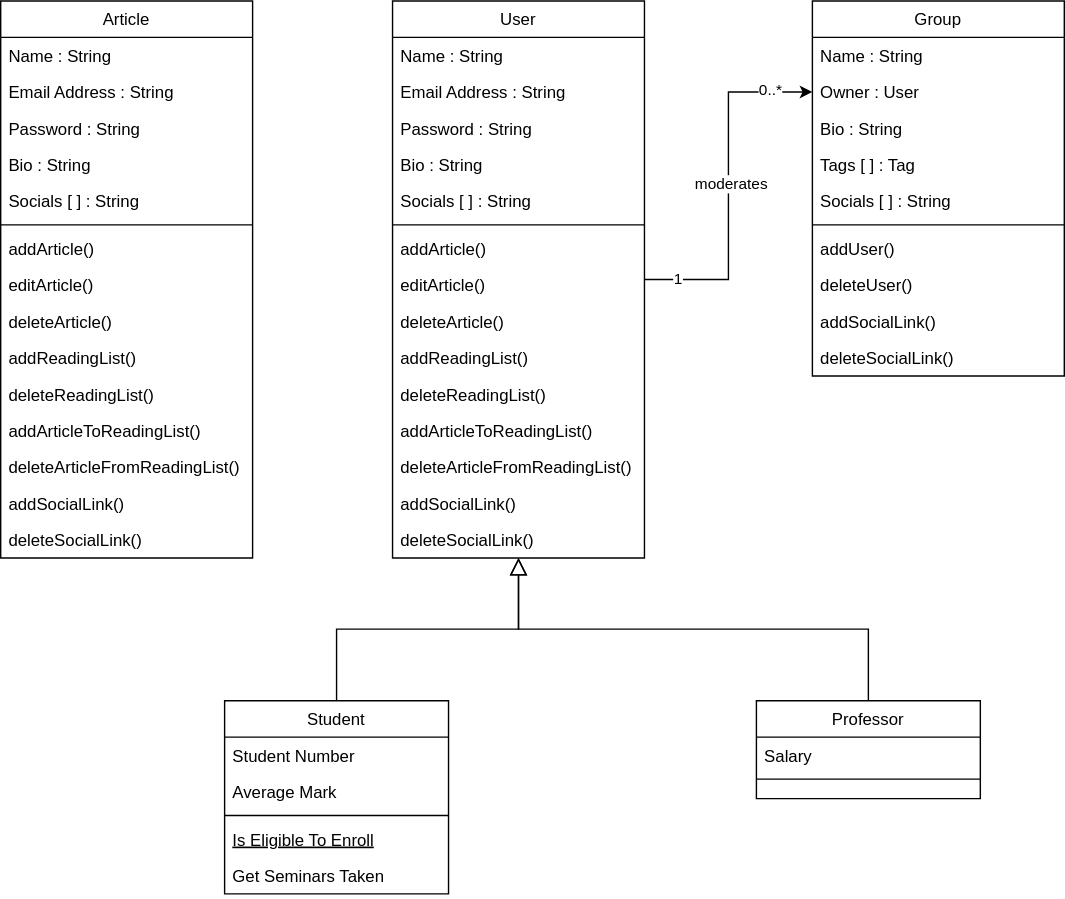
Before: Class Diagram.svg, a diagram exported from draw.io (AhmadTripleA/MediumDotCom-Clone). Source tidied: cells renumbered, new cells last; positions are measured from the earlier drawing's top-left corner, leaving out a move shared by most shapes.
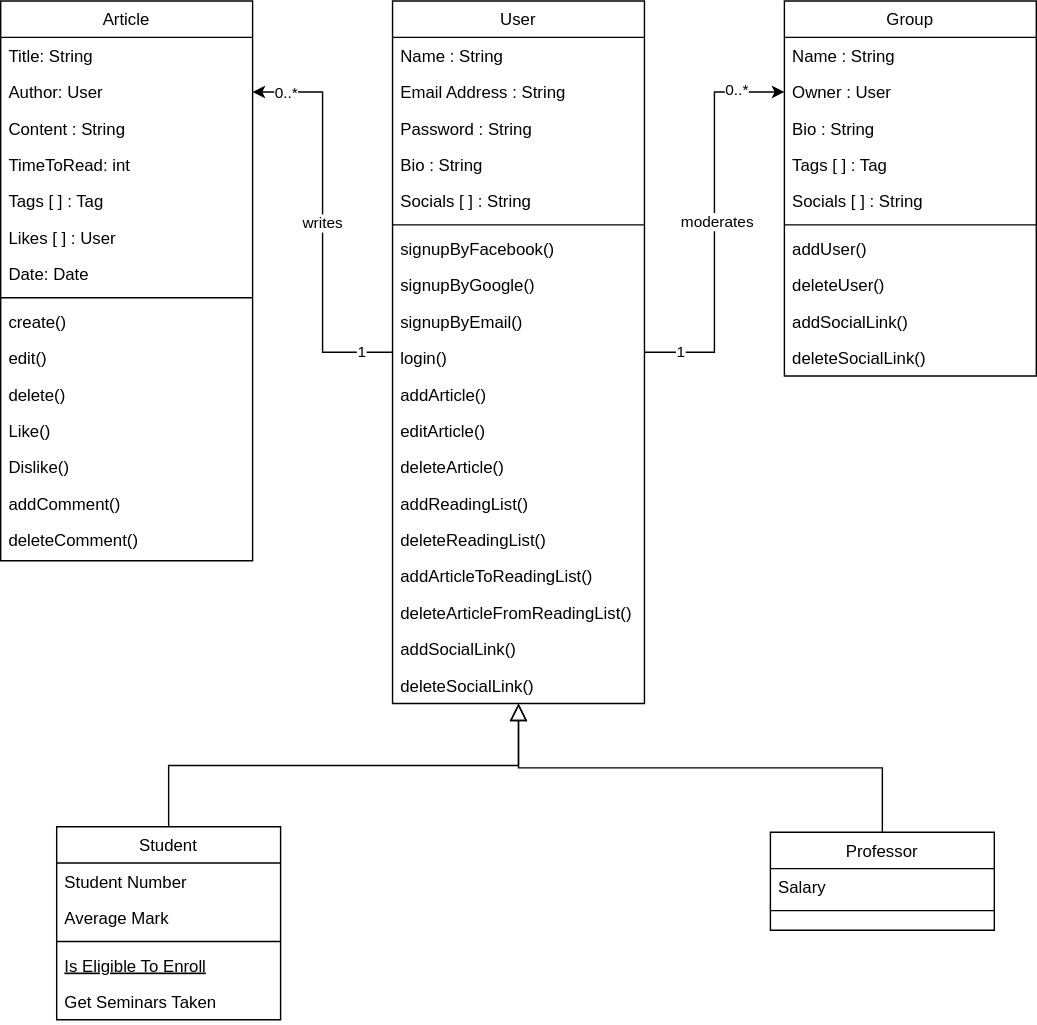
After the change.

What changed in the source:
```diff
@@ -18,8 +18,24 @@
         <mxPoint x="4" as="offset" />
       </mxGeometry>
     </mxCell>
+    <mxCell id="60" style="edgeStyle=orthogonalEdgeStyle;rounded=0;jettySize=auto;html=1;" parent="1" edge="1" source="6" target="68">
+      <mxGeometry relative="1" as="geometry" />
+    </mxCell>
+    <mxCell id="61" value="1" style="edgeLabel;html=1;align=center;verticalAlign=middle;" parent="60" vertex="1">
+      <mxGeometry x="-0.88" relative="1" as="geometry">
+        <mxPoint x="-6" as="offset" />
+      </mxGeometry>
+    </mxCell>
+    <mxCell id="62" value="0..*" style="edgeLabel;html=1;align=center;verticalAlign=middle;" parent="60" vertex="1">
+      <mxGeometry x="0.85" y="1" relative="1" as="geometry">
+        <mxPoint x="3" as="offset" />
+      </mxGeometry>
+    </mxCell>
+    <mxCell id="63" value="writes" style="edgeLabel;html=1;align=center;verticalAlign=middle;" parent="60" vertex="1">
+      <mxGeometry relative="1" as="geometry" />
+    </mxCell>
     <mxCell id="6" value="User" style="swimlane;fontStyle=0;align=center;verticalAlign=top;horizontal=1;startSize=26;rounded=0;shadow=0;strokeWidth=1;" parent="1" vertex="1">
-      <mxGeometry x="280" width="180" height="398" as="geometry" />
+      <mxGeometry x="280" width="180" height="502" as="geometry" />
     </mxCell>
     <mxCell id="7" value="Name : String" style="text;align=left;verticalAlign=top;spacingLeft=4;spacingRight=4;overflow=hidden;" parent="6" vertex="1">
       <mxGeometry y="26" width="180" height="26" as="geometry" />
@@ -39,35 +55,47 @@
     <mxCell id="12" style="line;html=1;strokeWidth=1;align=left;verticalAlign=middle;spacingTop=-1;spacingLeft=3;spacingRight=3;labelPosition=right;" parent="6" vertex="1">
       <mxGeometry y="156" width="180" height="8" as="geometry" />
     </mxCell>
+    <mxCell id="64" value="signupByFacebook()" style="text;align=left;verticalAlign=top;spacingLeft=4;spacingRight=4;overflow=hidden;" parent="6" vertex="1">
+      <mxGeometry y="164" width="180" height="26" as="geometry" />
+    </mxCell>
+    <mxCell id="65" value="signupByGoogle()" style="text;align=left;verticalAlign=top;spacingLeft=4;spacingRight=4;overflow=hidden;" parent="6" vertex="1">
+      <mxGeometry y="190" width="180" height="26" as="geometry" />
+    </mxCell>
+    <mxCell id="66" value="signupByEmail()" style="text;align=left;verticalAlign=top;spacingLeft=4;spacingRight=4;overflow=hidden;" parent="6" vertex="1">
+      <mxGeometry y="216" width="180" height="26" as="geometry" />
+    </mxCell>
-    <mxCell id="13" value="addArticle()" style="text;align=left;verticalAlign=top;spacingLeft=4;spacingRight=4;overflow=hidden;" parent="6" vertex="1">
-      <mxGeometry y="164" width="180" height="26" as="geometry" />
+    <mxCell id="13" value="login()" style="text;align=left;verticalAlign=top;spacingLeft=4;spacingRight=4;overflow=hidden;" parent="6" vertex="1">
+      <mxGeometry y="242" width="180" height="26" as="geometry" />
     </mxCell>
+    <mxCell id="67" value="addArticle()" style="text;align=left;verticalAlign=top;spacingLeft=4;spacingRight=4;overflow=hidden;" parent="6" vertex="1">
+      <mxGeometry y="268" width="180" height="26" as="geometry" />
+    </mxCell>
     <mxCell id="14" value="editArticle()&#10;" style="text;align=left;verticalAlign=top;spacingLeft=4;spacingRight=4;overflow=hidden;" parent="6" vertex="1">
-      <mxGeometry y="190" width="180" height="26" as="geometry" />
+      <mxGeometry y="294" width="180" height="26" as="geometry" />
     </mxCell>
     <mxCell id="15" value="deleteArticle()" style="text;align=left;verticalAlign=top;spacingLeft=4;spacingRight=4;overflow=hidden;" parent="6" vertex="1">
-      <mxGeometry y="216" width="180" height="26" as="geometry" />
+      <mxGeometry y="320" width="180" height="26" as="geometry" />
     </mxCell>
     <mxCell id="16" value="addReadingList()" style="text;align=left;verticalAlign=top;spacingLeft=4;spacingRight=4;overflow=hidden;" parent="6" vertex="1">
-      <mxGeometry y="242" width="180" height="26" as="geometry" />
+      <mxGeometry y="346" width="180" height="26" as="geometry" />
     </mxCell>
     <mxCell id="17" value="deleteReadingList()" style="text;align=left;verticalAlign=top;spacingLeft=4;spacingRight=4;overflow=hidden;" parent="6" vertex="1">
-      <mxGeometry y="268" width="180" height="26" as="geometry" />
+      <mxGeometry y="372" width="180" height="26" as="geometry" />
     </mxCell>
     <mxCell id="18" value="addArticleToReadingList()" style="text;align=left;verticalAlign=top;spacingLeft=4;spacingRight=4;overflow=hidden;" parent="6" vertex="1">
-      <mxGeometry y="294" width="180" height="26" as="geometry" />
+      <mxGeometry y="398" width="180" height="26" as="geometry" />
     </mxCell>
     <mxCell id="19" value="deleteArticleFromReadingList()" style="text;align=left;verticalAlign=top;spacingLeft=4;spacingRight=4;overflow=hidden;" parent="6" vertex="1">
-      <mxGeometry y="320" width="180" height="26" as="geometry" />
+      <mxGeometry y="424" width="180" height="26" as="geometry" />
     </mxCell>
     <mxCell id="20" value="addSocialLink()" style="text;align=left;verticalAlign=top;spacingLeft=4;spacingRight=4;overflow=hidden;" parent="6" vertex="1">
-      <mxGeometry y="346" width="180" height="26" as="geometry" />
+      <mxGeometry y="450" width="180" height="26" as="geometry" />
     </mxCell>
     <mxCell id="21" value="deleteSocialLink()" style="text;align=left;verticalAlign=top;spacingLeft=4;spacingRight=4;overflow=hidden;" parent="6" vertex="1">
-      <mxGeometry y="372" width="180" height="26" as="geometry" />
+      <mxGeometry y="476" width="180" height="26" as="geometry" />
     </mxCell>
     <mxCell id="22" value="Student" style="swimlane;fontStyle=0;align=center;verticalAlign=top;horizontal=1;startSize=26;rounded=0;shadow=0;strokeWidth=1;" parent="1" vertex="1">
-      <mxGeometry x="160" y="500" width="160" height="138" as="geometry" />
+      <mxGeometry x="40" y="590" width="160" height="138" as="geometry" />
     </mxCell>
     <mxCell id="23" value="Student Number" style="text;align=left;verticalAlign=top;spacingLeft=4;spacingRight=4;overflow=hidden;" parent="22" vertex="1">
       <mxGeometry y="26" width="160" height="26" as="geometry" />
@@ -88,7 +116,7 @@
       <mxGeometry relative="1" as="geometry" />
     </mxCell>
     <mxCell id="29" value="Professor" style="swimlane;fontStyle=0;align=center;verticalAlign=top;horizontal=1;startSize=26;rounded=0;shadow=0;strokeWidth=1;" parent="1" vertex="1">
-      <mxGeometry x="540" y="500" width="160" height="70" as="geometry" />
+      <mxGeometry x="550" y="594" width="160" height="70" as="geometry" />
     </mxCell>
     <mxCell id="30" value="Salary" style="text;align=left;verticalAlign=top;spacingLeft=4;spacingRight=4;overflow=hidden;" parent="29" vertex="1">
       <mxGeometry y="26" width="160" height="26" as="geometry" />
@@ -100,7 +128,7 @@
       <mxGeometry relative="1" as="geometry" />
     </mxCell>
     <mxCell id="33" value="Group" style="swimlane;fontStyle=0;align=center;verticalAlign=top;horizontal=1;startSize=26;rounded=0;shadow=0;strokeWidth=1;" parent="1" vertex="1">
-      <mxGeometry x="580" width="180" height="268" as="geometry" />
+      <mxGeometry x="560" width="180" height="268" as="geometry" />
     </mxCell>
     <mxCell id="34" value="Name : String" style="text;align=left;verticalAlign=top;spacingLeft=4;spacingRight=4;overflow=hidden;" parent="33" vertex="1">
       <mxGeometry y="26" width="180" height="26" as="geometry" />
@@ -133,52 +161,52 @@
       <mxGeometry y="242" width="180" height="26" as="geometry" />
     </mxCell>
     <mxCell id="44" value="Article" style="swimlane;fontStyle=0;align=center;verticalAlign=top;horizontal=1;startSize=26;rounded=0;shadow=0;strokeWidth=1;" parent="1" vertex="1">
-      <mxGeometry width="180" height="398" as="geometry" />
+      <mxGeometry width="180" height="400" as="geometry" />
     </mxCell>
-    <mxCell id="45" value="Name : String" style="text;align=left;verticalAlign=top;spacingLeft=4;spacingRight=4;overflow=hidden;" parent="44" vertex="1">
+    <mxCell id="45" value="Title: String" style="text;align=left;verticalAlign=top;spacingLeft=4;spacingRight=4;overflow=hidden;" parent="44" vertex="1">
       <mxGeometry y="26" width="180" height="26" as="geometry" />
     </mxCell>
+    <mxCell id="68" value="Author: User" style="text;align=left;verticalAlign=top;spacingLeft=4;spacingRight=4;overflow=hidden;points=[[0,0.5],[1,0.5]];portConstraint=eastwest;rounded=0;shadow=0;html=0;" parent="44" vertex="1">
+      <mxGeometry y="52" width="180" height="26" as="geometry" />
+    </mxCell>
-    <mxCell id="46" value="Email Address : String" style="text;align=left;verticalAlign=top;spacingLeft=4;spacingRight=4;overflow=hidden;rounded=0;shadow=0;html=0;" parent="44" vertex="1">
-      <mxGeometry y="52" width="180" height="26" as="geometry" />
+    <mxCell id="46" value="Content : String" style="text;align=left;verticalAlign=top;spacingLeft=4;spacingRight=4;overflow=hidden;rounded=0;shadow=0;html=0;" parent="44" vertex="1">
+      <mxGeometry y="78" width="180" height="26" as="geometry" />
     </mxCell>
-    <mxCell id="47" value="Password : String" style="text;align=left;verticalAlign=top;spacingLeft=4;spacingRight=4;overflow=hidden;rounded=0;shadow=0;html=0;" parent="44" vertex="1">
-      <mxGeometry y="78" width="180" height="26" as="geometry" />
-    </mxCell>
-    <mxCell id="48" value="Bio : String" style="text;align=left;verticalAlign=top;spacingLeft=4;spacingRight=4;overflow=hidden;rounded=0;shadow=0;html=0;" parent="44" vertex="1">
-      <mxGeometry y="104" width="180" height="26" as="geometry" />
-    </mxCell>
-    <mxCell id="49" value="Socials [ ] : String" style="text;align=left;verticalAlign=top;spacingLeft=4;spacingRight=4;overflow=hidden;rounded=0;shadow=0;html=0;" parent="44" vertex="1">
-      <mxGeometry y="130" width="180" height="26" as="geometry" />
-    </mxCell>
+    <mxCell id="69" value="TimeToRead: int" style="text;align=left;verticalAlign=top;spacingLeft=4;spacingRight=4;overflow=hidden;rounded=0;shadow=0;html=0;" parent="44" vertex="1">
+      <mxGeometry y="104" width="180" height="26" as="geometry" />
+    </mxCell>
+    <mxCell id="70" value="Tags [ ] : Tag" style="text;align=left;verticalAlign=top;spacingLeft=4;spacingRight=4;overflow=hidden;rounded=0;shadow=0;html=0;" parent="44" vertex="1">
+      <mxGeometry y="130" width="180" height="26" as="geometry" />
+    </mxCell>
+    <mxCell id="71" value="Likes [ ] : User" style="text;align=left;verticalAlign=top;spacingLeft=4;spacingRight=4;overflow=hidden;rounded=0;shadow=0;html=0;" parent="44" vertex="1">
+      <mxGeometry y="156" width="180" height="26" as="geometry" />
+    </mxCell>
+    <mxCell id="72" value="Date: Date" style="text;align=left;verticalAlign=top;spacingLeft=4;spacingRight=4;overflow=hidden;rounded=0;shadow=0;html=0;" parent="44" vertex="1">
+      <mxGeometry y="182" width="180" height="26" as="geometry" />
+    </mxCell>
     <mxCell id="50" style="line;html=1;strokeWidth=1;align=left;verticalAlign=middle;spacingTop=-1;spacingLeft=3;spacingRight=3;labelPosition=right;" parent="44" vertex="1">
-      <mxGeometry y="156" width="180" height="8" as="geometry" />
+      <mxGeometry y="208" width="180" height="8" as="geometry" />
     </mxCell>
-    <mxCell id="51" value="addArticle()" style="text;align=left;verticalAlign=top;spacingLeft=4;spacingRight=4;overflow=hidden;" parent="44" vertex="1">
-      <mxGeometry y="164" width="180" height="26" as="geometry" />
+    <mxCell id="51" value="create()" style="text;align=left;verticalAlign=top;spacingLeft=4;spacingRight=4;overflow=hidden;" parent="44" vertex="1">
+      <mxGeometry y="216" width="180" height="26" as="geometry" />
     </mxCell>
-    <mxCell id="52" value="editArticle()&#10;" style="text;align=left;verticalAlign=top;spacingLeft=4;spacingRight=4;overflow=hidden;" parent="44" vertex="1">
-      <mxGeometry y="190" width="180" height="26" as="geometry" />
+    <mxCell id="52" value="edit()" style="text;align=left;verticalAlign=top;spacingLeft=4;spacingRight=4;overflow=hidden;" parent="44" vertex="1">
+      <mxGeometry y="242" width="180" height="26" as="geometry" />
     </mxCell>
-    <mxCell id="53" value="deleteArticle()" style="text;align=left;verticalAlign=top;spacingLeft=4;spacingRight=4;overflow=hidden;" parent="44" vertex="1">
-      <mxGeometry y="216" width="180" height="26" as="geometry" />
+    <mxCell id="53" value="delete()" style="text;align=left;verticalAlign=top;spacingLeft=4;spacingRight=4;overflow=hidden;" parent="44" vertex="1">
+      <mxGeometry y="268" width="180" height="26" as="geometry" />
     </mxCell>
-    <mxCell id="54" value="addReadingList()" style="text;align=left;verticalAlign=top;spacingLeft=4;spacingRight=4;overflow=hidden;" parent="44" vertex="1">
-      <mxGeometry y="242" width="180" height="26" as="geometry" />
-    </mxCell>
-    <mxCell id="55" value="deleteReadingList()" style="text;align=left;verticalAlign=top;spacingLeft=4;spacingRight=4;overflow=hidden;" parent="44" vertex="1">
-      <mxGeometry y="268" width="180" height="26" as="geometry" />
-    </mxCell>
-    <mxCell id="56" value="addArticleToReadingList()" style="text;align=left;verticalAlign=top;spacingLeft=4;spacingRight=4;overflow=hidden;" parent="44" vertex="1">
-      <mxGeometry y="294" width="180" height="26" as="geometry" />
-    </mxCell>
-    <mxCell id="57" value="deleteArticleFromReadingList()" style="text;align=left;verticalAlign=top;spacingLeft=4;spacingRight=4;overflow=hidden;" parent="44" vertex="1">
-      <mxGeometry y="320" width="180" height="26" as="geometry" />
-    </mxCell>
-    <mxCell id="58" value="addSocialLink()" style="text;align=left;verticalAlign=top;spacingLeft=4;spacingRight=4;overflow=hidden;" parent="44" vertex="1">
-      <mxGeometry y="346" width="180" height="26" as="geometry" />
-    </mxCell>
-    <mxCell id="59" value="deleteSocialLink()" style="text;align=left;verticalAlign=top;spacingLeft=4;spacingRight=4;overflow=hidden;" parent="44" vertex="1">
-      <mxGeometry y="372" width="180" height="26" as="geometry" />
-    </mxCell>
+    <mxCell id="73" value="Like()" style="text;align=left;verticalAlign=top;spacingLeft=4;spacingRight=4;overflow=hidden;" parent="44" vertex="1">
+      <mxGeometry y="294" width="180" height="26" as="geometry" />
+    </mxCell>
+    <mxCell id="74" value="Dislike()" style="text;align=left;verticalAlign=top;spacingLeft=4;spacingRight=4;overflow=hidden;" parent="44" vertex="1">
+      <mxGeometry y="320" width="180" height="26" as="geometry" />
+    </mxCell>
+    <mxCell id="75" value="addComment()" style="text;align=left;verticalAlign=top;spacingLeft=4;spacingRight=4;overflow=hidden;" parent="44" vertex="1">
+      <mxGeometry y="346" width="180" height="26" as="geometry" />
+    </mxCell>
+    <mxCell id="76" value="deleteComment()" style="text;align=left;verticalAlign=top;spacingLeft=4;spacingRight=4;overflow=hidden;" parent="44" vertex="1">
+      <mxGeometry y="372" width="180" height="26" as="geometry" />
+    </mxCell>
   </root>
 </mxGraphModel>
```
